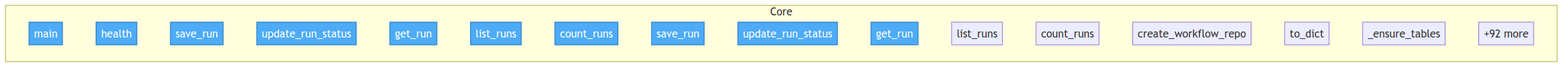
Above: project/flow.png in wronai/nlp2dsl (Mermaid), before the change. Its source is kept beside it as project/flow.mmd.
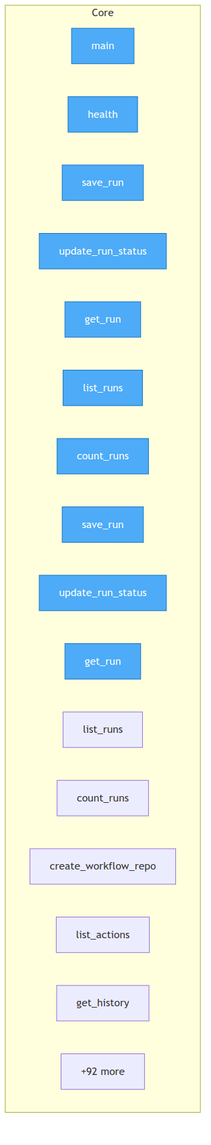
The same diagram one commit later.

Diff of the diagram source:
```diff
@@ -16,8 +16,8 @@
         backend__app__db__WorkflowRepo__list_runs["list_runs"]
         backend__app__db__WorkflowRepo__count_runs["count_runs"]
         backend__app__db__create_workflow_repo["create_workflow_repo"]
-        backend__app__db__postgres__WorkflowRunModel__to_dict["to_dict"]
-        backend__app__db__postgres__PostgresWorkflowRepo___ensure_tables["_ensure_tables"]
+        backend__app__workflow__list_actions["list_actions"]
+        backend__app__workflow__get_history["get_history"]
         ...["+92 more"]
     end
 
```
